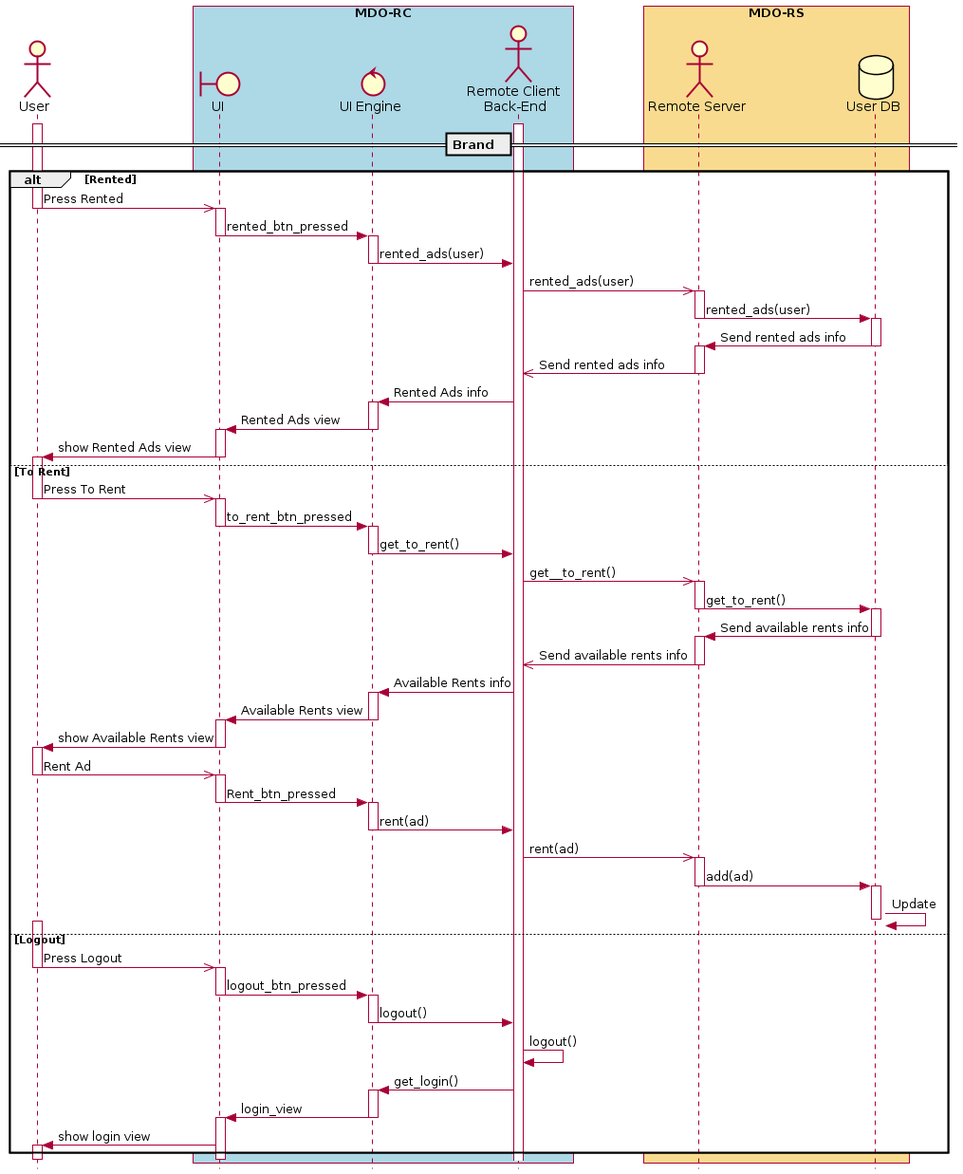
This is Proj/diags/plantuml/seq-diag/output/seq-rc-brand.png from ElectroQuanta/MDO, a PlantUML export, as it was before one commit.
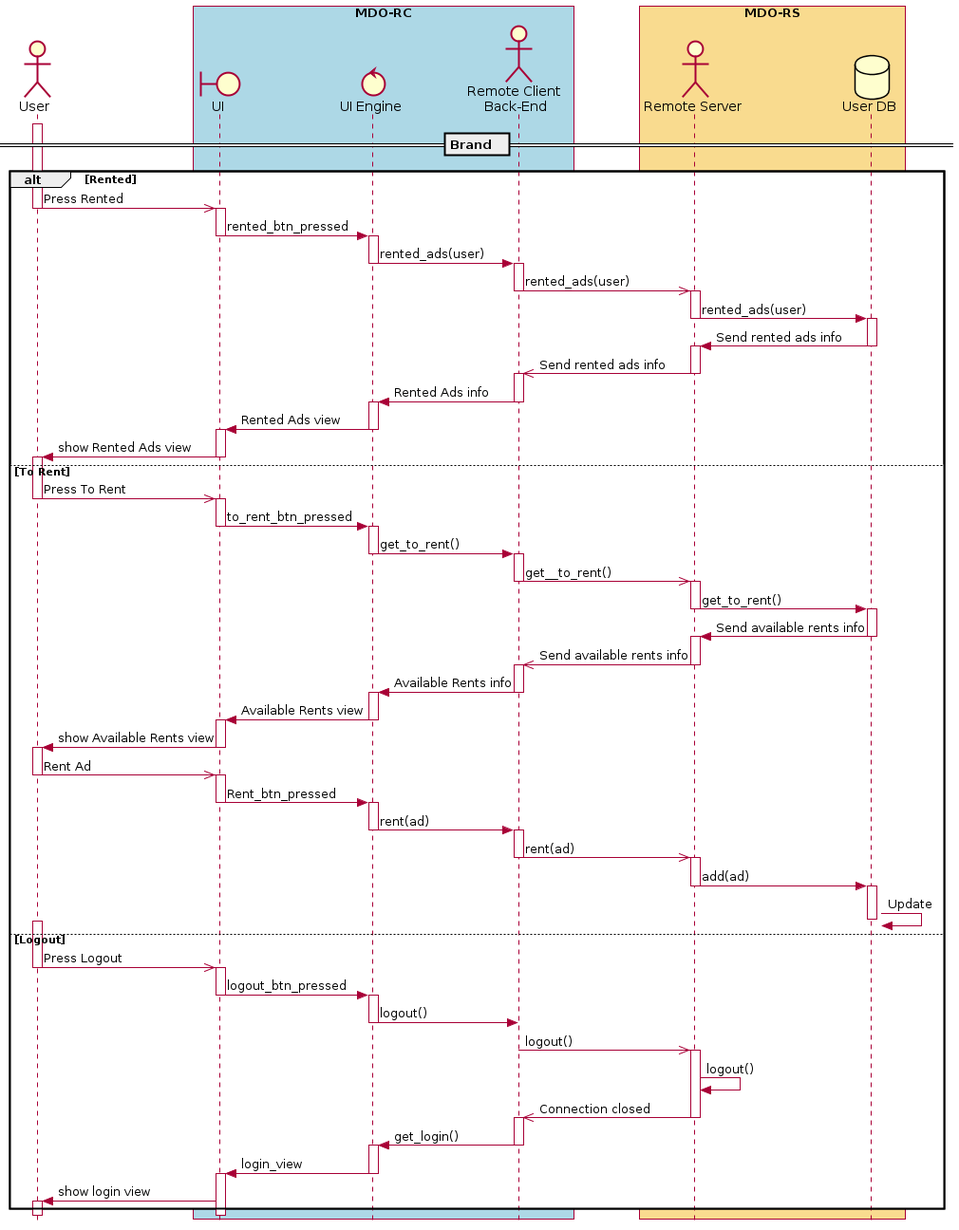
After the change.

The edit, as a diff of the source:
```diff
@@ -15,7 +15,6 @@
 endbox
 
 == Brand  ==
-activate RC
 alt Rented
  activate User
  User ->> UI : Press Rented
@@ -26,7 +25,9 @@
  activate UIE
  UIE -> RC : rented_ads(user)
  deactivate UIE
+ activate RC
  RC ->> RS : rented_ads(user)
+ deactivate RC
  activate RS
  RS -> UserDB : rented_ads(user)
  deactivate RS
@@ -36,7 +37,9 @@
  activate RS
  RS ->> RC : Send rented ads info
  deactivate RS
+ activate RC
  RC -> UIE : Rented Ads info
+ deactivate RC
  activate UIE
  UIE -> UI : Rented Ads view
  deactivate UIE
@@ -53,7 +56,9 @@
  activate UIE
  UIE -> RC : get_to_rent()
  deactivate UIE
+ activate RC
  RC ->> RS : get__to_rent()
+ deactivate RC
  activate RS
  RS -> UserDB : get_to_rent()
  deactivate RS
@@ -63,7 +68,9 @@
  activate RS
  RS ->> RC : Send available rents info
  deactivate RS
+ activate RC
  RC -> UIE : Available Rents info
+ deactivate RC
  activate UIE
  UIE -> UI : Available Rents view
  deactivate UIE
@@ -79,7 +86,9 @@
  activate UIE
  UIE -> RC : rent(ad)
  deactivate UIE
+ activate RC
  RC ->> RS : rent(ad)
+ deactivate RC
  activate RS
  RS -> UserDB : add(ad)
  deactivate RS
@@ -96,8 +105,15 @@
  activate UIE
  UIE -> RC : logout()
  deactivate UIE
- RC -> RC : logout()
+ RC ->> RS : logout()
+ deactivate RC
+ activate RS
+ RS -> RS : logout()
+ RS ->> RC : Connection closed
+ deactivate RS
+ activate RC
  RC -> UIE : get_login()
+ deactivate RC
  activate UIE
  UIE -> UI : login_view
  deactivate UIE
```
